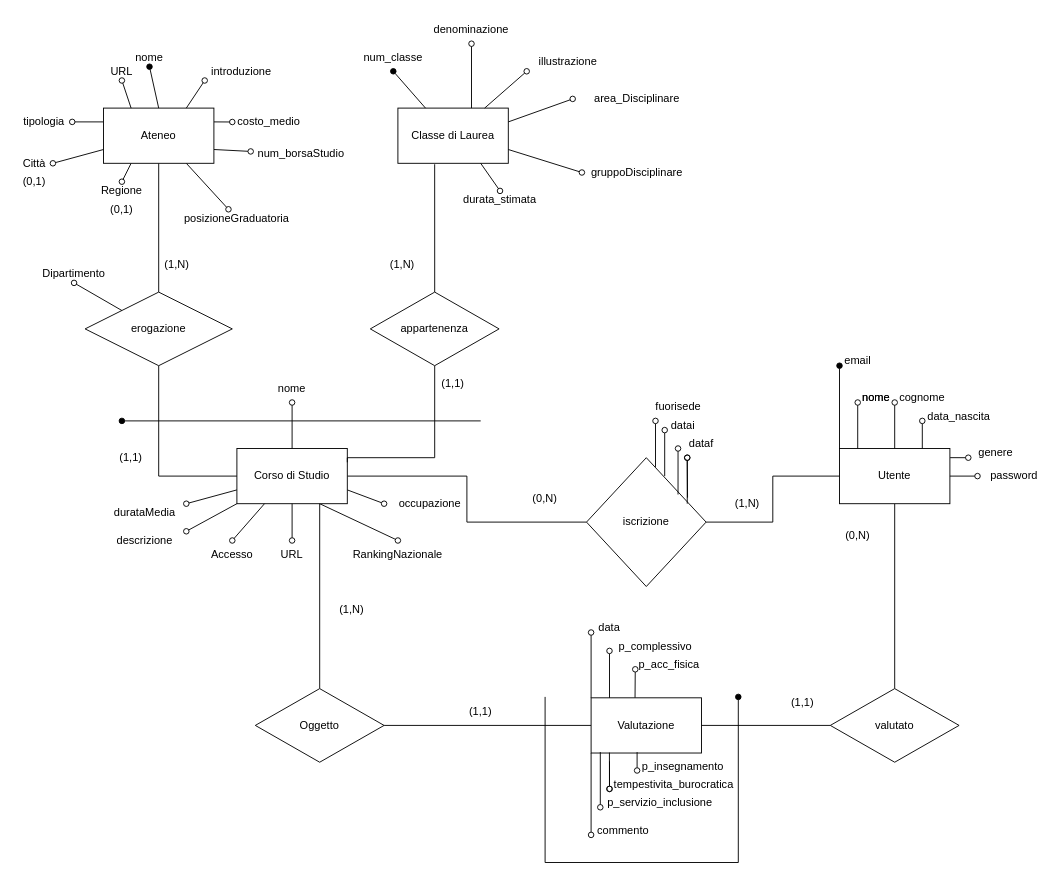
Before: SchemaER_DB.drawio in TecWebProject2022/Quo_Vado, a draw.io diagram. Source tidied: cells renumbered, new cells numbered last; positions are measured from the earlier drawing's top-left corner, leaving out a move shared by most shapes. Both pictures are drawn from the tidied source at 92%, with x=0, y=0 at pixel (16, 16).
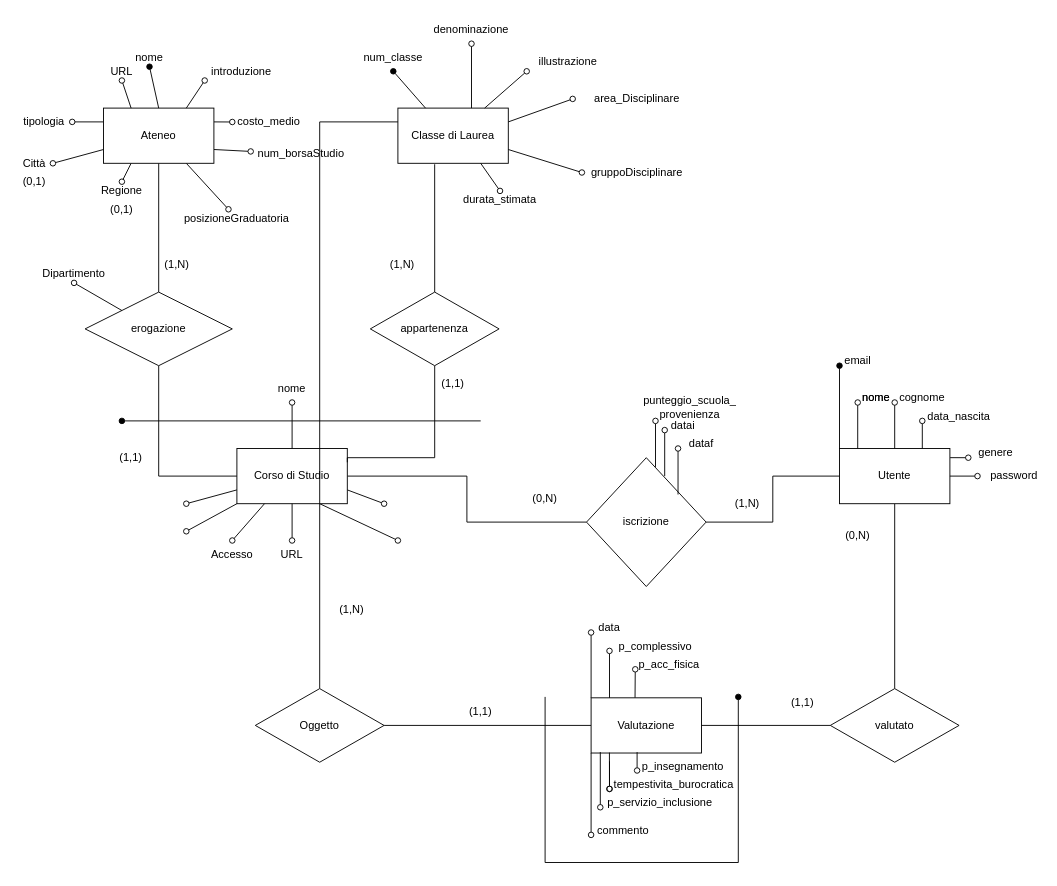
The same page after the edit.

The change refers to these unchanged cells:
```xml
<mxCell id="2" value="Classe di Laurea" style="rounded=0;whiteSpace=wrap;html=1;" parent="1" vertex="1">
  <mxGeometry x="415" y="100" width="120" height="60" as="geometry" />
</mxCell>
<mxCell id="17" value="Corso di Studio" style="rounded=0;whiteSpace=wrap;html=1;gradientColor=none;" parent="1" vertex="1">
  <mxGeometry x="240" y="470" width="120" height="60" as="geometry" />
</mxCell>
<mxCell id="66" value="Oggetto" style="rhombus;whiteSpace=wrap;html=1;" parent="1" vertex="1">
  <mxGeometry x="260" y="731" width="140" height="80" as="geometry" />
</mxCell>
<mxCell id="71" value="iscrizione" style="rhombus;whiteSpace=wrap;html=1;" parent="1" vertex="1">
  <mxGeometry x="620" y="480" width="130" height="140" as="geometry" />
</mxCell>
```

The edit, as a diff of the source:
```diff
@@
-    <mxCell id="13" style="edgeStyle=none;rounded=0;jettySize=auto;html=1;exitX=0.75;exitY=1;exitDx=0;exitDy=0;entryX=0.5;entryY=0;entryDx=0;entryDy=0;startArrow=none;startFill=0;endArrow=oval;endFill=0;" parent="1" edge="1" source="17" target="56">
-      <mxGeometry relative="1" as="geometry" />
+    <mxCell id="13" style="edgeStyle=none;rounded=0;jettySize=auto;html=1;exitX=0.75;exitY=1;exitDx=0;exitDy=0;entryX=0.5;entryY=0;entryDx=0;entryDy=0;startArrow=none;startFill=0;endArrow=oval;endFill=0;" parent="1" edge="1" source="17">
+      <mxGeometry relative="1" as="geometry">
+        <mxPoint x="415" y="570" as="targetPoint" />
+      </mxGeometry>
     </mxCell>
-    <mxCell id="14" style="edgeStyle=none;rounded=0;jettySize=auto;html=1;exitX=1;exitY=0.75;exitDx=0;exitDy=0;entryX=0;entryY=0.5;entryDx=0;entryDy=0;startArrow=none;startFill=0;endArrow=oval;endFill=0;" parent="1" edge="1" source="17" target="57">
-      <mxGeometry relative="1" as="geometry" />
+    <mxCell id="14" style="edgeStyle=none;rounded=0;jettySize=auto;html=1;exitX=1;exitY=0.75;exitDx=0;exitDy=0;entryX=0;entryY=0.5;entryDx=0;entryDy=0;startArrow=none;startFill=0;endArrow=oval;endFill=0;" parent="1" edge="1" source="17">
+      <mxGeometry relative="1" as="geometry">
+        <mxPoint x="400" y="530" as="targetPoint" />
+      </mxGeometry>
     </mxCell>
-    <mxCell id="15" style="edgeStyle=none;rounded=0;jettySize=auto;html=1;exitX=0;exitY=0.75;exitDx=0;exitDy=0;entryX=1;entryY=0;entryDx=0;entryDy=0;startArrow=none;startFill=0;endArrow=oval;endFill=0;" parent="1" edge="1" source="17" target="58">
-      <mxGeometry relative="1" as="geometry" />
+    <mxCell id="15" style="edgeStyle=none;rounded=0;jettySize=auto;html=1;exitX=0;exitY=0.75;exitDx=0;exitDy=0;entryX=1;entryY=0;entryDx=0;entryDy=0;startArrow=none;startFill=0;endArrow=oval;endFill=0;" parent="1" edge="1" source="17">
+      <mxGeometry relative="1" as="geometry">
+        <mxPoint x="185" y="530" as="targetPoint" />
+      </mxGeometry>
     </mxCell>
@@
-    <mxCell id="56" value="RankingNazionale" style="text;html=1;strokeColor=none;fillColor=none;align=center;verticalAlign=middle;whiteSpace=wrap;rounded=0;" parent="1" vertex="1">
-      <mxGeometry x="345" y="570" width="140" height="30" as="geometry" />
-    </mxCell>
-    <mxCell id="57" value="occupazione" style="text;html=1;strokeColor=none;fillColor=none;align=center;verticalAlign=middle;whiteSpace=wrap;rounded=0;" parent="1" vertex="1">
-      <mxGeometry x="400" y="520" width="100" height="20" as="geometry" />
-    </mxCell>
-    <mxCell id="58" value="durataMedia" style="text;html=1;strokeColor=none;fillColor=none;align=center;verticalAlign=middle;whiteSpace=wrap;rounded=0;" parent="1" vertex="1">
-      <mxGeometry x="95" y="530" width="90" height="20" as="geometry" />
-    </mxCell>
@@
-    <mxCell id="65" style="edgeStyle=orthogonalEdgeStyle;rounded=0;jettySize=auto;html=1;exitX=0.5;exitY=0;exitDx=0;exitDy=0;entryX=0.75;entryY=1;entryDx=0;entryDy=0;endArrow=none;endFill=0;" parent="1" edge="1" source="66" target="17">
+    <mxCell id="65" style="edgeStyle=orthogonalEdgeStyle;rounded=0;jettySize=auto;html=1;exitX=0.5;exitY=0;exitDx=0;exitDy=0;entryX=0;entryY=0.25;entryDx=0;entryDy=0;endArrow=none;endFill=0;" parent="1" edge="1" source="66" target="2">
       <mxGeometry relative="1" as="geometry" />
     </mxCell>
@@
-    <mxCell id="75" value="fuorisede" style="text;html=1;strokeColor=none;fillColor=none;align=center;verticalAlign=middle;whiteSpace=wrap;rounded=0;" parent="1" vertex="1">
-      <mxGeometry x="690" y="410" width="60" height="30" as="geometry" />
+    <mxCell id="75" value="punteggio_scuola_&lt;br&gt;provenienza" style="text;html=1;strokeColor=none;fillColor=none;align=center;verticalAlign=middle;whiteSpace=wrap;rounded=0;" parent="1" vertex="1">
+      <mxGeometry x="690" y="410" width="85" height="30" as="geometry" />
     </mxCell>
@@
-    <mxCell id="80" style="rounded=0;orthogonalLoop=1;jettySize=auto;html=1;exitX=0.5;exitY=1;exitDx=0;exitDy=0;entryX=0.5;entryY=0;entryDx=0;entryDy=0;startArrow=oval;startFill=0;endArrow=none;endFill=0;" parent="1" edge="1">
-      <mxGeometry relative="1" as="geometry">
-        <mxPoint x="729.5" y="480" as="sourcePoint" />
-        <mxPoint x="729.5" y="530" as="targetPoint" />
-      </mxGeometry>
-    </mxCell>
-    <mxCell id="81" style="rounded=0;jettySize=auto;html=1;exitX=0.5;exitY=1;exitDx=0;exitDy=0;entryX=0.845;entryY=0.31;entryDx=0;entryDy=0;startArrow=oval;startFill=0;endArrow=none;endFill=0;entryPerimeter=0;" parent="1" edge="1" target="71">
-      <mxGeometry relative="1" as="geometry">
-        <mxPoint x="729.5" y="480" as="sourcePoint" />
-      </mxGeometry>
-    </mxCell>
@@
-    <mxCell id="114" value="descrizione" style="text;html=1;strokeColor=none;fillColor=none;align=center;verticalAlign=middle;whiteSpace=wrap;rounded=0;" parent="1" vertex="1">
-      <mxGeometry x="95" y="560" width="90" height="20" as="geometry" />
-    </mxCell>
```
